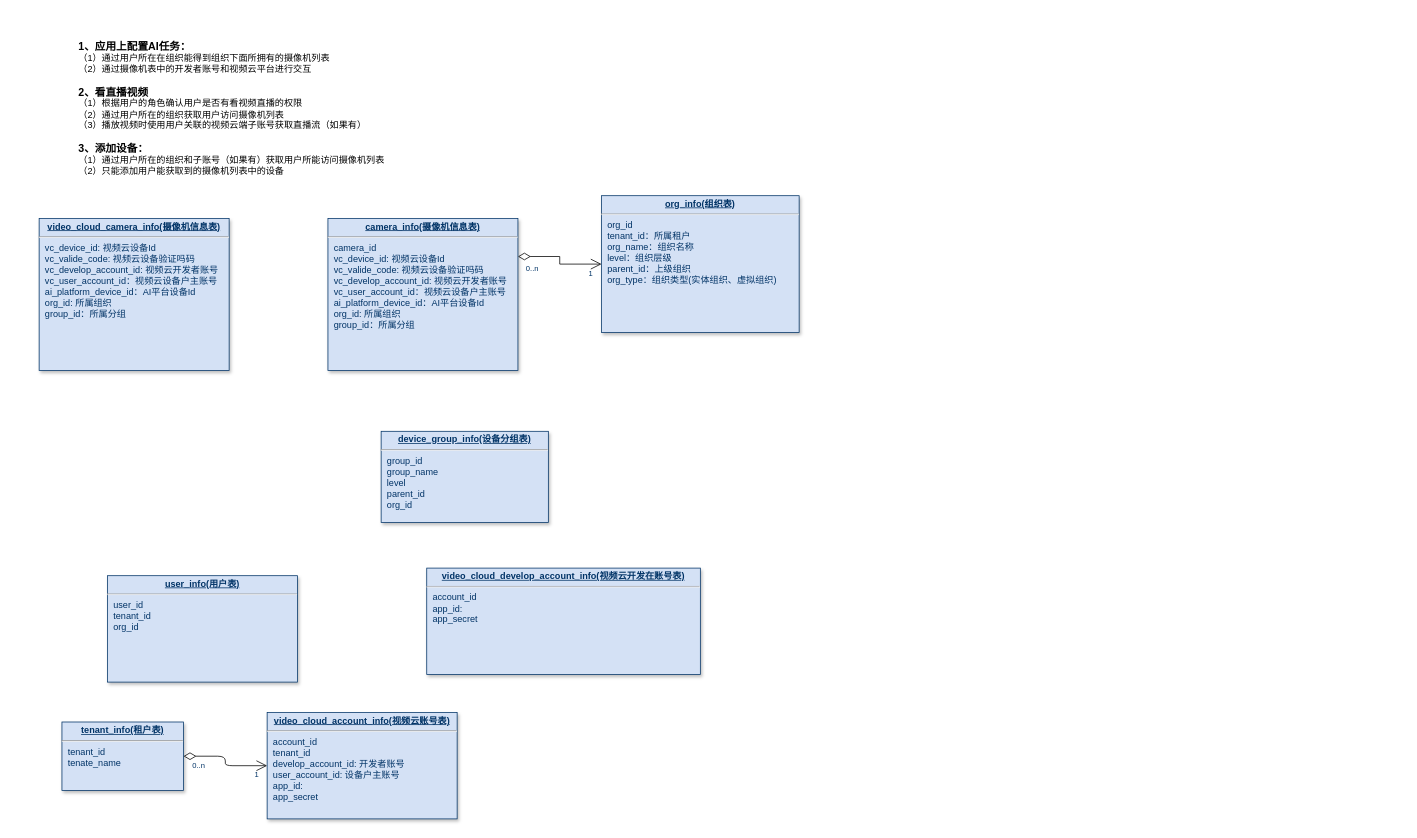
Above: page "设备管理E-R图" (1 of 2) of Untitled Diagram.drawio in liushubao0109/drawio (draw.io), before the change. Source tidied: cells renumbered, new cells numbered last; positions are measured from the earlier drawing's top-left corner, leaving out a move shared by most shapes. Both pictures are drawn from the tidied source at 76%, with x=0, y=0 at pixel (39, 36).
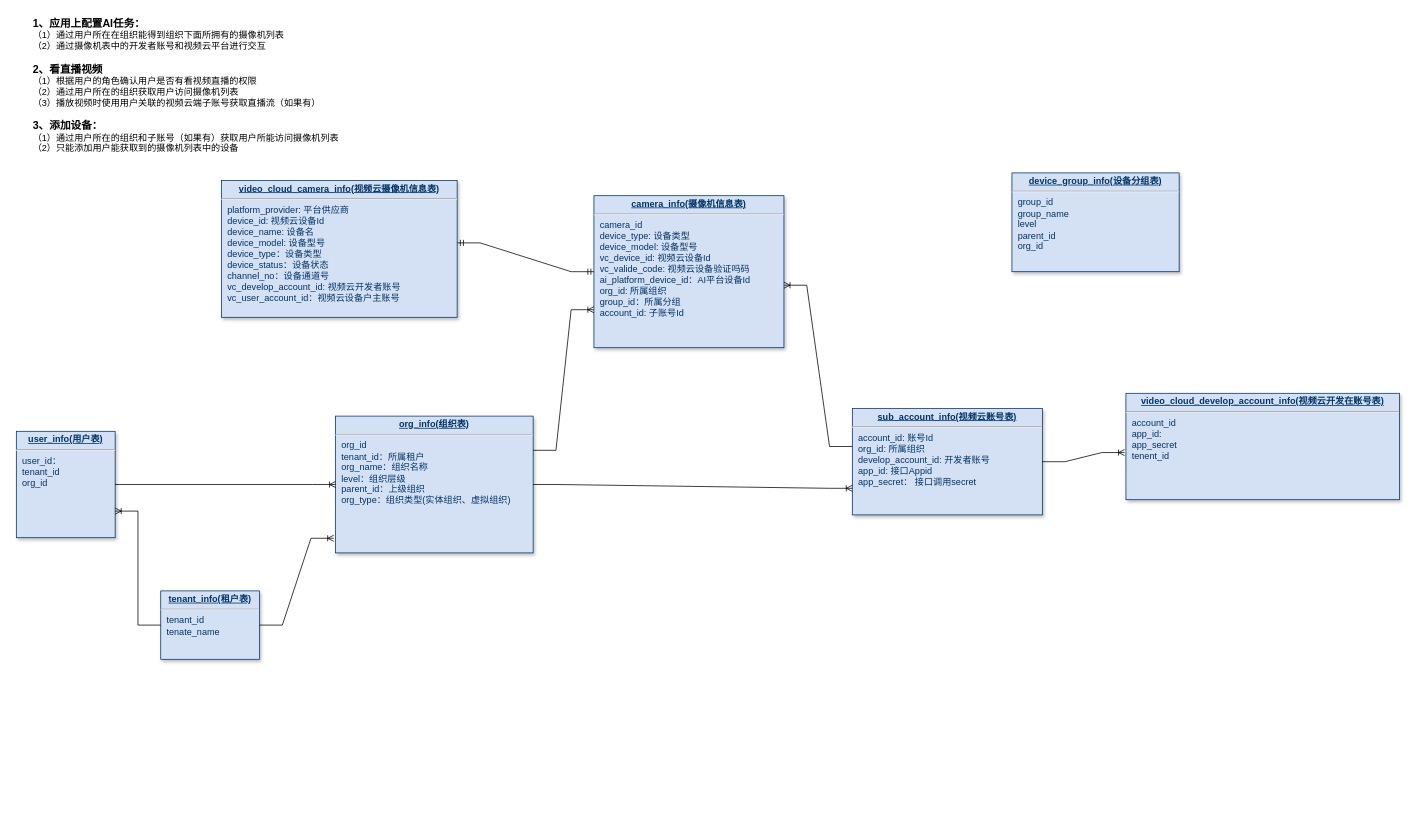
After the change.

The edit, as a diff of the source:
```diff
@@
 <mxGraphModel>
   <root>
     <mxCell id="0" />
     <mxCell id="1" parent="0" />
     <mxCell id="2" value="&lt;p style=&quot;margin: 0px; margin-top: 4px; text-align: center; text-decoration: underline;&quot;&gt;&lt;b&gt;org_info(组织表)&lt;/b&gt;&lt;/p&gt;&lt;hr&gt;&lt;p style=&quot;margin: 0px 0px 0px 8px;&quot;&gt;org_id&lt;/p&gt;&lt;p style=&quot;margin: 0px 0px 0px 8px;&quot;&gt;tenant_id：所属租户&lt;/p&gt;&lt;p style=&quot;margin: 0px 0px 0px 8px;&quot;&gt;org_name：组织名称&lt;/p&gt;&lt;p style=&quot;margin: 0px 0px 0px 8px;&quot;&gt;level：组织层级&lt;/p&gt;&lt;p style=&quot;margin: 0px 0px 0px 8px;&quot;&gt;parent_id：上级组织&lt;/p&gt;&lt;p style=&quot;margin: 0px 0px 0px 8px;&quot;&gt;org_type：组织类型(实体组织、虚拟组织)&lt;/p&gt;&lt;p style=&quot;margin: 0px; margin-left: 8px;&quot;&gt;&lt;br&gt;&lt;/p&gt;" style="verticalAlign=top;align=left;overflow=fill;fontSize=12;fontFamily=Helvetica;html=1;strokeColor=#003366;shadow=1;fillColor=#D4E1F5;fontColor=#003366;" parent="1" vertex="1">
-      <mxGeometry x="740" y="210" width="260" height="180" as="geometry" />
+      <mxGeometry x="390" y="500" width="260" height="180" as="geometry" />
     </mxCell>
     <mxCell id="3" value="&lt;p style=&quot;margin: 0px; margin-top: 4px; text-align: center; text-decoration: underline;&quot;&gt;&lt;strong&gt;device_group_info(设备分组表)&lt;/strong&gt;&lt;/p&gt;&lt;hr&gt;&lt;p style=&quot;margin: 0px; margin-left: 8px;&quot;&gt;group_id&lt;/p&gt;&lt;p style=&quot;margin: 0px; margin-left: 8px;&quot;&gt;group_name&lt;/p&gt;&lt;p style=&quot;margin: 0px; margin-left: 8px;&quot;&gt;level&lt;/p&gt;&lt;p style=&quot;margin: 0px; margin-left: 8px;&quot;&gt;parent_id&lt;/p&gt;&lt;p style=&quot;margin: 0px; margin-left: 8px;&quot;&gt;org_id&lt;/p&gt;&lt;p style=&quot;margin: 0px; margin-left: 8px;&quot;&gt;&lt;br&gt;&lt;/p&gt;" style="verticalAlign=top;align=left;overflow=fill;fontSize=12;fontFamily=Helvetica;html=1;strokeColor=#003366;shadow=1;fillColor=#D4E1F5;fontColor=#003366;" parent="1" vertex="1">
-      <mxGeometry x="450" y="520" width="220" height="120" as="geometry" />
+      <mxGeometry x="1280" y="180" width="220" height="130" as="geometry" />
     </mxCell>
-    <mxCell id="4" value="&lt;p style=&quot;margin: 0px; margin-top: 4px; text-align: center; text-decoration: underline;&quot;&gt;&lt;b&gt;camera_info(摄像机信息表)&lt;/b&gt;&lt;/p&gt;&lt;hr&gt;&lt;p style=&quot;margin: 0px; margin-left: 8px;&quot;&gt;camera_id&lt;/p&gt;&lt;p style=&quot;margin: 0px; margin-left: 8px;&quot;&gt;&lt;span style=&quot;background-color: initial;&quot;&gt;vc_device_id: 视频云设备Id&lt;/span&gt;&lt;/p&gt;&lt;p style=&quot;margin: 0px; margin-left: 8px;&quot;&gt;vc_valide_code: 视频云设备验证吗码&lt;/p&gt;&lt;p style=&quot;margin: 0px; margin-left: 8px;&quot;&gt;vc_develop_account_id: 视频云开发者账号&lt;/p&gt;&lt;p style=&quot;margin: 0px; margin-left: 8px;&quot;&gt;vc_user_account_id：视频云设备户主账号&lt;/p&gt;&lt;p style=&quot;margin: 0px; margin-left: 8px;&quot;&gt;ai_platform_device_id：AI平台设备Id&lt;/p&gt;&lt;p style=&quot;margin: 0px; margin-left: 8px;&quot;&gt;org_id: 所属组织&lt;/p&gt;&lt;p style=&quot;margin: 0px; margin-left: 8px;&quot;&gt;group_id：所属分组&lt;/p&gt;&lt;p style=&quot;margin: 0px; margin-left: 8px;&quot;&gt;&lt;br&gt;&lt;/p&gt;" style="verticalAlign=top;align=left;overflow=fill;fontSize=12;fontFamily=Helvetica;html=1;strokeColor=#003366;shadow=1;fillColor=#D4E1F5;fontColor=#003366;" parent="1" vertex="1">
-      <mxGeometry x="380" y="240" width="250" height="200" as="geometry" />
+    <mxCell id="4" value="&lt;p style=&quot;margin: 0px; margin-top: 4px; text-align: center; text-decoration: underline;&quot;&gt;&lt;b&gt;camera_info(摄像机信息表)&lt;/b&gt;&lt;/p&gt;&lt;hr&gt;&lt;p style=&quot;margin: 0px; margin-left: 8px;&quot;&gt;camera_id&lt;/p&gt;&lt;p style=&quot;margin: 0px; margin-left: 8px;&quot;&gt;device_type: 设备类型&lt;/p&gt;&lt;p style=&quot;margin: 0px; margin-left: 8px;&quot;&gt;device_model: 设备型号&lt;/p&gt;&lt;p style=&quot;margin: 0px; margin-left: 8px;&quot;&gt;&lt;span style=&quot;background-color: initial;&quot;&gt;vc_device_id: 视频云设备Id&lt;/span&gt;&lt;/p&gt;&lt;p style=&quot;margin: 0px; margin-left: 8px;&quot;&gt;vc_valide_code: 视频云设备验证吗码&lt;/p&gt;&lt;p style=&quot;margin: 0px; margin-left: 8px;&quot;&gt;ai_platform_device_id：AI平台设备Id&lt;/p&gt;&lt;p style=&quot;margin: 0px; margin-left: 8px;&quot;&gt;org_id: 所属组织&lt;/p&gt;&lt;p style=&quot;margin: 0px; margin-left: 8px;&quot;&gt;group_id：所属分组&lt;/p&gt;&lt;p style=&quot;margin: 0px; margin-left: 8px;&quot;&gt;account_id: 子账号Id&lt;/p&gt;" style="verticalAlign=top;align=left;overflow=fill;fontSize=12;fontFamily=Helvetica;html=1;strokeColor=#003366;shadow=1;fillColor=#D4E1F5;fontColor=#003366;" parent="1" vertex="1">
+      <mxGeometry x="730" y="210" width="250" height="200" as="geometry" />
     </mxCell>
-    <mxCell id="5" value="&lt;p style=&quot;margin: 0px; margin-top: 4px; text-align: center; text-decoration: underline;&quot;&gt;&lt;strong&gt;video_cloud_account_info(视频云账号表)&lt;/strong&gt;&lt;/p&gt;&lt;hr&gt;&lt;p style=&quot;margin: 0px; margin-left: 8px;&quot;&gt;account_id&lt;/p&gt;&lt;p style=&quot;margin: 0px; margin-left: 8px;&quot;&gt;tenant_id&lt;/p&gt;&lt;p style=&quot;margin: 0px; margin-left: 8px;&quot;&gt;develop_account_id: 开发者账号&lt;/p&gt;&lt;p style=&quot;margin: 0px; margin-left: 8px;&quot;&gt;user_account_id: 设备户主账号&lt;/p&gt;&lt;p style=&quot;margin: 0px; margin-left: 8px;&quot;&gt;app_id:&amp;nbsp;&lt;/p&gt;&lt;p style=&quot;margin: 0px; margin-left: 8px;&quot;&gt;app_secret&lt;/p&gt;" style="verticalAlign=top;align=left;overflow=fill;fontSize=12;fontFamily=Helvetica;html=1;strokeColor=#003366;shadow=1;fillColor=#D4E1F5;fontColor=#003366;" parent="1" vertex="1">
-      <mxGeometry x="300" y="890" width="250" height="140" as="geometry" />
+    <mxCell id="5" value="&lt;p style=&quot;margin: 0px; margin-top: 4px; text-align: center; text-decoration: underline;&quot;&gt;&lt;strong&gt;sub_account_info(视频云账号表)&lt;/strong&gt;&lt;/p&gt;&lt;hr&gt;&lt;p style=&quot;margin: 0px; margin-left: 8px;&quot;&gt;account_id: 账号Id&lt;/p&gt;&lt;p style=&quot;margin: 0px; margin-left: 8px;&quot;&gt;&lt;span style=&quot;background-color: initial;&quot;&gt;org_id: 所属组织&lt;/span&gt;&lt;br&gt;&lt;/p&gt;&lt;p style=&quot;margin: 0px; margin-left: 8px;&quot;&gt;develop_account_id: 开发者账号&lt;/p&gt;&lt;p style=&quot;margin: 0px; margin-left: 8px;&quot;&gt;&lt;span style=&quot;background-color: initial;&quot;&gt;app_id: 接口Appid&lt;/span&gt;&lt;br&gt;&lt;/p&gt;&lt;p style=&quot;margin: 0px; margin-left: 8px;&quot;&gt;app_secret： 接口调用secret&amp;nbsp;&lt;/p&gt;" style="verticalAlign=top;align=left;overflow=fill;fontSize=12;fontFamily=Helvetica;html=1;strokeColor=#003366;shadow=1;fillColor=#D4E1F5;fontColor=#003366;" parent="1" vertex="1">
+      <mxGeometry x="1070" y="490" width="250" height="140" as="geometry" />
     </mxCell>
     <mxCell id="6" value="&lt;p style=&quot;margin: 0px; margin-top: 4px; text-align: center; text-decoration: underline;&quot;&gt;&lt;b&gt;tenant_info(租户表)&lt;/b&gt;&lt;/p&gt;&lt;hr&gt;&lt;p style=&quot;margin: 0px; margin-left: 8px;&quot;&gt;&lt;span style=&quot;background-color: initial;&quot;&gt;tenant_id&lt;/span&gt;&lt;/p&gt;&lt;p style=&quot;margin: 0px; margin-left: 8px;&quot;&gt;tenate_name&lt;/p&gt;" style="verticalAlign=top;align=left;overflow=fill;fontSize=12;fontFamily=Helvetica;html=1;strokeColor=#003366;shadow=1;fillColor=#D4E1F5;fontColor=#003366;" parent="1" vertex="1">
-      <mxGeometry x="30" y="902.5" width="160" height="90" as="geometry" />
+      <mxGeometry x="160" y="730" width="130" height="90" as="geometry" />
     </mxCell>
-    <mxCell id="7" style="endArrow=open;endSize=12;startArrow=diamondThin;startSize=14;startFill=0;edgeStyle=orthogonalEdgeStyle;exitX=1;exitY=0.25;rounded=0;" parent="1" edge="1" source="4" target="2">
-      <mxGeometry x="389.4" y="480" as="geometry" />
-    </mxCell>
-    <mxCell id="8" value="0..n" style="align=left;verticalAlign=top;labelBackgroundColor=#ffffff;fontSize=10;strokeColor=#003366;shadow=1;fillColor=#D4E1F5;fontColor=#003366;" parent="7" vertex="1">
-      <mxGeometry x="-1" relative="1" as="geometry">
-        <mxPoint x="8.9" y="3" as="offset" />
-      </mxGeometry>
-    </mxCell>
-    <mxCell id="9" value="1" style="align=right;verticalAlign=top;labelBackgroundColor=#ffffff;fontSize=10;strokeColor=#003366;shadow=1;fillColor=#D4E1F5;fontColor=#003366;" parent="7" vertex="1">
-      <mxGeometry x="1" relative="1" as="geometry">
-        <mxPoint x="-10" as="offset" />
-      </mxGeometry>
-    </mxCell>
-    <mxCell id="10" style="endArrow=open;endSize=12;startArrow=diamondThin;startSize=14;startFill=0;edgeStyle=orthogonalEdgeStyle;" parent="1" edge="1" source="6" target="5">
-      <mxGeometry x="89.4" y="556.2" as="geometry" />
-    </mxCell>
-    <mxCell id="11" value="0..n" style="align=left;verticalAlign=top;labelBackgroundColor=#ffffff;fontSize=10;strokeColor=#003366;shadow=1;fillColor=#D4E1F5;fontColor=#003366;" parent="10" vertex="1">
-      <mxGeometry x="-1" relative="1" as="geometry">
-        <mxPoint x="10" as="offset" />
-      </mxGeometry>
-    </mxCell>
-    <mxCell id="12" value="1" style="align=right;verticalAlign=top;labelBackgroundColor=#ffffff;fontSize=10;strokeColor=#003366;shadow=1;fillColor=#D4E1F5;fontColor=#003366;" parent="10" vertex="1">
-      <mxGeometry x="1" relative="1" as="geometry">
-        <mxPoint x="-10" as="offset" />
-      </mxGeometry>
-    </mxCell>
-    <mxCell id="13" value="&lt;p style=&quot;margin: 0px; margin-top: 4px; text-align: center; text-decoration: underline;&quot;&gt;&lt;strong&gt;user_info(用户表)&lt;/strong&gt;&lt;/p&gt;&lt;hr&gt;&lt;p style=&quot;margin: 0px; margin-left: 8px;&quot;&gt;&lt;span style=&quot;background-color: initial;&quot;&gt;user_id&lt;/span&gt;&lt;br&gt;&lt;/p&gt;&lt;p style=&quot;margin: 0px; margin-left: 8px;&quot;&gt;tenant_id&lt;/p&gt;&lt;p style=&quot;margin: 0px; margin-left: 8px;&quot;&gt;&lt;span style=&quot;background-color: initial;&quot;&gt;org_id&lt;/span&gt;&lt;/p&gt;" style="verticalAlign=top;align=left;overflow=fill;fontSize=12;fontFamily=Helvetica;html=1;strokeColor=#003366;shadow=1;fillColor=#D4E1F5;fontColor=#003366;" parent="1" vertex="1">
-      <mxGeometry x="90" y="710" width="250" height="140" as="geometry" />
+    <mxCell id="13" value="&lt;p style=&quot;margin: 0px; margin-top: 4px; text-align: center; text-decoration: underline;&quot;&gt;&lt;strong&gt;user_info(用户表)&lt;/strong&gt;&lt;/p&gt;&lt;hr&gt;&lt;p style=&quot;margin: 0px; margin-left: 8px;&quot;&gt;&lt;span style=&quot;background-color: initial;&quot;&gt;user_id：&lt;/span&gt;&lt;br&gt;&lt;/p&gt;&lt;p style=&quot;margin: 0px; margin-left: 8px;&quot;&gt;tenant_id&lt;/p&gt;&lt;p style=&quot;margin: 0px; margin-left: 8px;&quot;&gt;&lt;span style=&quot;background-color: initial;&quot;&gt;org_id&lt;/span&gt;&lt;/p&gt;" style="verticalAlign=top;align=left;overflow=fill;fontSize=12;fontFamily=Helvetica;html=1;strokeColor=#003366;shadow=1;fillColor=#D4E1F5;fontColor=#003366;" parent="1" vertex="1">
+      <mxGeometry x="-30" y="520" width="130" height="140" as="geometry" />
     </mxCell>
-    <mxCell id="14" value="&lt;p style=&quot;margin: 0px; margin-top: 4px; text-align: center; text-decoration: underline;&quot;&gt;&lt;strong&gt;video_cloud_develop_account_info(视频云开发在账号表)&lt;/strong&gt;&lt;/p&gt;&lt;hr&gt;&lt;p style=&quot;margin: 0px; margin-left: 8px;&quot;&gt;account_id&lt;/p&gt;&lt;p style=&quot;margin: 0px; margin-left: 8px;&quot;&gt;&lt;span style=&quot;background-color: initial;&quot;&gt;app_id:&amp;nbsp;&lt;/span&gt;&lt;br&gt;&lt;/p&gt;&lt;p style=&quot;margin: 0px; margin-left: 8px;&quot;&gt;app_secret&lt;/p&gt;" style="verticalAlign=top;align=left;overflow=fill;fontSize=12;fontFamily=Helvetica;html=1;strokeColor=#003366;shadow=1;fillColor=#D4E1F5;fontColor=#003366;" parent="1" vertex="1">
-      <mxGeometry x="510" y="700" width="360" height="140" as="geometry" />
+    <mxCell id="14" value="&lt;p style=&quot;margin: 0px; margin-top: 4px; text-align: center; text-decoration: underline;&quot;&gt;&lt;strong&gt;video_cloud_develop_account_info(视频云开发在账号表)&lt;/strong&gt;&lt;/p&gt;&lt;hr&gt;&lt;p style=&quot;margin: 0px; margin-left: 8px;&quot;&gt;account_id&lt;/p&gt;&lt;p style=&quot;margin: 0px; margin-left: 8px;&quot;&gt;&lt;span style=&quot;background-color: initial;&quot;&gt;app_id:&amp;nbsp;&lt;/span&gt;&lt;br&gt;&lt;/p&gt;&lt;p style=&quot;margin: 0px; margin-left: 8px;&quot;&gt;app_secret&lt;/p&gt;&lt;p style=&quot;margin: 0px; margin-left: 8px;&quot;&gt;tenent_id&lt;/p&gt;" style="verticalAlign=top;align=left;overflow=fill;fontSize=12;fontFamily=Helvetica;html=1;strokeColor=#003366;shadow=1;fillColor=#D4E1F5;fontColor=#003366;" parent="1" vertex="1">
+      <mxGeometry x="1430" y="470" width="360" height="140" as="geometry" />
     </mxCell>
     <mxCell id="15" value="&lt;font style=&quot;font-size: 14px;&quot;&gt;&lt;b&gt;1、应用上配置AI任务：&lt;/b&gt;&lt;br&gt;&lt;/font&gt;（1）通过用户所在在组织能得到组织下面所拥有的摄像机列表&lt;br&gt;（2）通过摄像机表中的开发者账号和视频云平台进行交互&lt;br&gt;&lt;br&gt;&lt;font style=&quot;font-size: 14px;&quot;&gt;&lt;b&gt;2、看直播视频&lt;br&gt;&lt;/b&gt;&lt;/font&gt;（1）根据用户的角色确认用户是否有看视频直播的权限&lt;br&gt;（2）通过用户所在的组织获取用户访问摄像机列表&lt;br&gt;（3）播放视频时使用用户关联的视频云端子账号获取直播流（如果有）&lt;br&gt;&lt;br&gt;&lt;b&gt;&lt;font style=&quot;font-size: 14px;&quot;&gt;3、添加设备：&lt;/font&gt;&lt;/b&gt;&lt;br&gt;（1）通过用户所在的组织和子账号（如果有）获取用户所能访问摄像机列表&lt;br&gt;（2）只能添加用户能获取到的摄像机列表中的设备" style="text;html=1;strokeColor=none;fillColor=none;align=left;verticalAlign=middle;whiteSpace=wrap;rounded=0;" parent="1" vertex="1">
-      <mxGeometry x="50" width="540" height="190" as="geometry" />
+      <mxGeometry x="-10" y="-30" width="540" height="190" as="geometry" />
     </mxCell>
-    <mxCell id="16" value="&lt;p style=&quot;margin: 0px; margin-top: 4px; text-align: center; text-decoration: underline;&quot;&gt;&lt;b&gt;video_cloud_camera_info(摄像机信息表)&lt;/b&gt;&lt;/p&gt;&lt;hr&gt;&lt;p style=&quot;margin: 0px; margin-left: 8px;&quot;&gt;&lt;span style=&quot;background-color: initial;&quot;&gt;vc_device_id: 视频云设备Id&lt;/span&gt;&lt;br&gt;&lt;/p&gt;&lt;p style=&quot;margin: 0px; margin-left: 8px;&quot;&gt;vc_valide_code: 视频云设备验证吗码&lt;/p&gt;&lt;p style=&quot;margin: 0px; margin-left: 8px;&quot;&gt;vc_develop_account_id: 视频云开发者账号&lt;/p&gt;&lt;p style=&quot;margin: 0px; margin-left: 8px;&quot;&gt;vc_user_account_id：视频云设备户主账号&lt;/p&gt;&lt;p style=&quot;margin: 0px; margin-left: 8px;&quot;&gt;ai_platform_device_id：AI平台设备Id&lt;/p&gt;&lt;p style=&quot;margin: 0px; margin-left: 8px;&quot;&gt;org_id: 所属组织&lt;/p&gt;&lt;p style=&quot;margin: 0px; margin-left: 8px;&quot;&gt;group_id：所属分组&lt;/p&gt;&lt;p style=&quot;margin: 0px; margin-left: 8px;&quot;&gt;&lt;br&gt;&lt;/p&gt;" style="verticalAlign=top;align=left;overflow=fill;fontSize=12;fontFamily=Helvetica;html=1;strokeColor=#003366;shadow=1;fillColor=#D4E1F5;fontColor=#003366;" parent="1" vertex="1">
-      <mxGeometry y="240" width="250" height="200" as="geometry" />
+    <mxCell id="16" value="&lt;p style=&quot;margin: 0px; margin-top: 4px; text-align: center; text-decoration: underline;&quot;&gt;&lt;b&gt;video_cloud_camera_info(视频云摄像机信息表)&lt;/b&gt;&lt;/p&gt;&lt;hr&gt;&lt;p style=&quot;margin: 0px; margin-left: 8px;&quot;&gt;platform_provider: 平台供应商&lt;/p&gt;&lt;p style=&quot;margin: 0px; margin-left: 8px;&quot;&gt;&lt;span style=&quot;background-color: initial;&quot;&gt;device_id: 视频云设备Id&lt;/span&gt;&lt;/p&gt;&lt;p style=&quot;margin: 0px; margin-left: 8px;&quot;&gt;device_name: 设备名&lt;/p&gt;&lt;p style=&quot;margin: 0px; margin-left: 8px;&quot;&gt;device_model: 设备型号&lt;/p&gt;&lt;p style=&quot;margin: 0px; margin-left: 8px;&quot;&gt;device_type：设备类型&lt;/p&gt;&lt;p style=&quot;margin: 0px; margin-left: 8px;&quot;&gt;device_status：设备状态&lt;/p&gt;&lt;p style=&quot;margin: 0px; margin-left: 8px;&quot;&gt;channel_no：设备通道号&lt;/p&gt;&lt;p style=&quot;margin: 0px 0px 0px 8px;&quot;&gt;vc_develop_account_id: 视频云开发者账号&lt;/p&gt;&lt;p style=&quot;margin: 0px 0px 0px 8px;&quot;&gt;vc_user_account_id：视频云设备户主账号&lt;/p&gt;&lt;p style=&quot;margin: 0px; margin-left: 8px;&quot;&gt;&lt;br&gt;&lt;/p&gt;&lt;p style=&quot;margin: 0px; margin-left: 8px;&quot;&gt;&lt;br&gt;&lt;/p&gt;" style="verticalAlign=top;align=left;overflow=fill;fontSize=12;fontFamily=Helvetica;html=1;strokeColor=#003366;shadow=1;fillColor=#D4E1F5;fontColor=#003366;" parent="1" vertex="1">
+      <mxGeometry x="240" y="190" width="310" height="180" as="geometry" />
     </mxCell>
+    <mxCell id="17" style="edgeStyle=entityRelationEdgeStyle;fontSize=12;html=1;endArrow=ERmandOne;startArrow=ERmandOne;rounded=0;exitX=1.001;exitY=0.456;exitDx=0;exitDy=0;exitPerimeter=0;" parent="1" edge="1" source="16" target="4">
+      <mxGeometry relative="1" as="geometry" />
+    </mxCell>
+    <mxCell id="18" style="edgeStyle=entityRelationEdgeStyle;fontSize=12;html=1;endArrow=ERoneToMany;rounded=0;fontColor=#000000;exitX=1;exitY=0.5;exitDx=0;exitDy=0;entryX=-0.005;entryY=0.557;entryDx=0;entryDy=0;entryPerimeter=0;" parent="1" edge="1" source="5" target="14">
+      <mxGeometry relative="1" as="geometry" />
+    </mxCell>
+    <mxCell id="19" style="edgeStyle=entityRelationEdgeStyle;fontSize=12;html=1;endArrow=ERoneToMany;rounded=0;fontColor=#000000;entryX=-0.009;entryY=0.893;entryDx=0;entryDy=0;entryPerimeter=0;" parent="1" edge="1" source="6" target="2">
+      <mxGeometry relative="1" as="geometry" />
+    </mxCell>
+    <mxCell id="20" style="edgeStyle=entityRelationEdgeStyle;fontSize=12;html=1;endArrow=ERoneToMany;rounded=0;fontColor=#000000;exitX=1;exitY=0.25;exitDx=0;exitDy=0;entryX=0;entryY=0.75;entryDx=0;entryDy=0;" parent="1" edge="1" source="2" target="4">
+      <mxGeometry relative="1" as="geometry" />
+    </mxCell>
+    <mxCell id="21" style="edgeStyle=entityRelationEdgeStyle;fontSize=12;html=1;endArrow=ERoneToMany;rounded=0;fontColor=#000000;entryX=0;entryY=0.75;entryDx=0;entryDy=0;" parent="1" edge="1" source="2" target="5">
+      <mxGeometry relative="1" as="geometry" />
+    </mxCell>
+    <mxCell id="22" style="edgeStyle=entityRelationEdgeStyle;fontSize=12;html=1;endArrow=ERoneToMany;rounded=0;fontColor=#000000;exitX=1;exitY=0.5;exitDx=0;exitDy=0;entryX=0;entryY=0.5;entryDx=0;entryDy=0;" parent="1" edge="1" source="13" target="2">
+      <mxGeometry relative="1" as="geometry" />
+    </mxCell>
+    <mxCell id="23" style="edgeStyle=entityRelationEdgeStyle;fontSize=12;html=1;endArrow=ERoneToMany;rounded=0;fontColor=#000000;exitX=0;exitY=0.5;exitDx=0;exitDy=0;entryX=1;entryY=0.75;entryDx=0;entryDy=0;" parent="1" edge="1" source="6" target="13">
+      <mxGeometry relative="1" as="geometry" />
+    </mxCell>
+    <mxCell id="24" style="edgeStyle=entityRelationEdgeStyle;fontSize=12;html=1;endArrow=ERoneToMany;rounded=0;fontColor=#000000;exitX=0;exitY=0.357;exitDx=0;exitDy=0;entryX=1;entryY=0.589;entryDx=0;entryDy=0;exitPerimeter=0;entryPerimeter=0;" parent="1" edge="1" source="5" target="4">
+      <mxGeometry relative="1" as="geometry" />
+    </mxCell>
   </root>
 </mxGraphModel>
```
